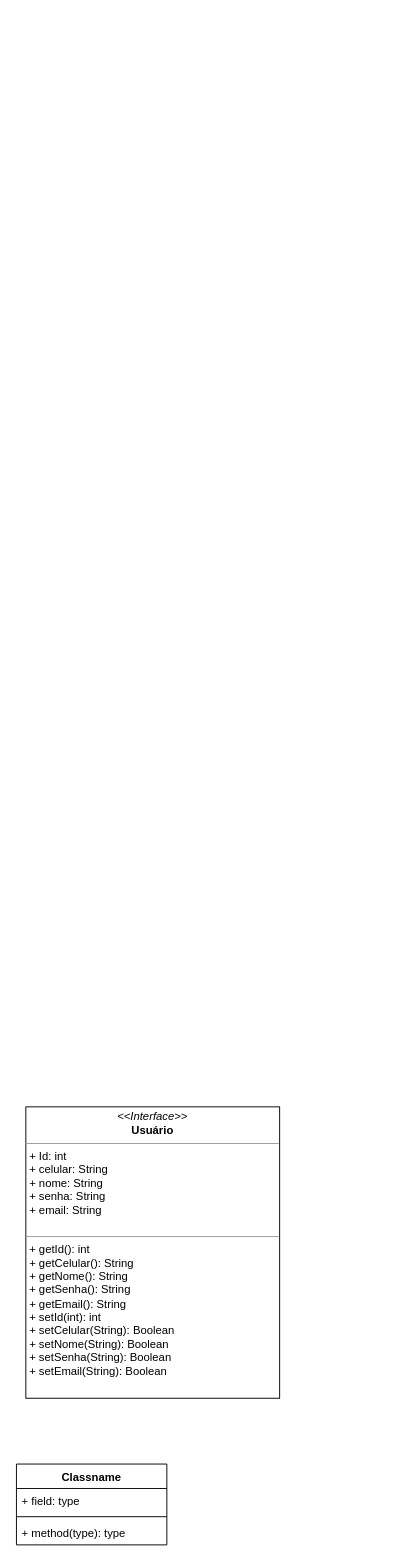
afsb12/LojaDoTioWell2 keeps this draw.io diagram as DiagramaDeClasse.drawio. Above is the earlier version. Source tidied: cells renumbered, new cells numbered last; positions are measured from the earlier drawing's top-left corner, leaving out a move shared by most shapes. Both pictures are drawn from the tidied source at 94%, with x=0, y=0 at pixel (16, 1106).
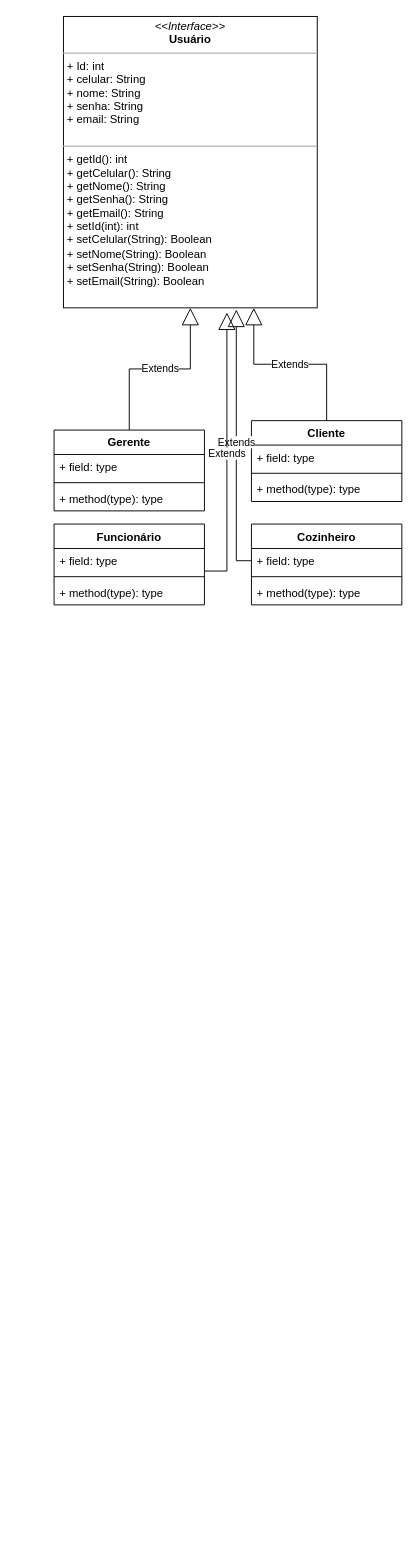
After the change.

The edit, as a diff of the source:
```diff
@@
-    <mxCell id="2" value="Classname" style="swimlane;fontStyle=1;align=center;verticalAlign=top;horizontal=1;startSize=26;" parent="1" vertex="1">
-      <mxGeometry y="380" width="160" height="86" as="geometry" />
+    <mxCell id="2" value="Gerente" style="swimlane;fontStyle=1;align=center;verticalAlign=top;horizontal=1;startSize=26;" parent="1" vertex="1">
+      <mxGeometry x="40" y="-720" width="160" height="86" as="geometry" />
     </mxCell>
@@
     <mxCell id="6" value="&lt;p style=&quot;margin:0px;margin-top:4px;text-align:center;&quot;&gt;&lt;i&gt;&amp;lt;&amp;lt;Interface&amp;gt;&amp;gt;&lt;/i&gt;&lt;br&gt;&lt;b&gt;Usuário&lt;/b&gt;&lt;/p&gt;&lt;hr size=&quot;1&quot;&gt;&lt;p style=&quot;margin:0px;margin-left:4px;&quot;&gt;+ Id: int&lt;br&gt;+ celular: String&lt;/p&gt;&lt;p style=&quot;margin:0px;margin-left:4px;&quot;&gt;+ nome: String&lt;/p&gt;&lt;p style=&quot;margin:0px;margin-left:4px;&quot;&gt;+ senha: String&lt;/p&gt;&lt;p style=&quot;margin:0px;margin-left:4px;&quot;&gt;+ email: String&lt;/p&gt;&lt;p style=&quot;margin:0px;margin-left:4px;&quot;&gt;&lt;br&gt;&lt;/p&gt;&lt;hr size=&quot;1&quot;&gt;&lt;p style=&quot;margin: 0px 0px 0px 4px;&quot;&gt;+ getId(): int&lt;br&gt;+ getCelular(): String&lt;/p&gt;&lt;p style=&quot;margin: 0px 0px 0px 4px;&quot;&gt;+ getNome(): String&lt;/p&gt;&lt;p style=&quot;margin: 0px 0px 0px 4px;&quot;&gt;+ getSenha(): String&lt;/p&gt;&lt;p style=&quot;margin: 0px 0px 0px 4px;&quot;&gt;+ getEmail(): String&lt;/p&gt;&lt;p style=&quot;margin: 0px 0px 0px 4px;&quot;&gt;+ setId(int): int&lt;br&gt;+ setCelular(String): Boolean&lt;/p&gt;&lt;p style=&quot;margin: 0px 0px 0px 4px;&quot;&gt;+ setNome(String): Boolean&lt;/p&gt;&lt;p style=&quot;margin: 0px 0px 0px 4px;&quot;&gt;+ setSenha(String): Boolean&lt;/p&gt;&lt;p style=&quot;margin: 0px 0px 0px 4px;&quot;&gt;+ setEmail(String): Boolean&lt;/p&gt;" style="verticalAlign=top;align=left;overflow=fill;fontSize=12;fontFamily=Helvetica;html=1;" parent="1" vertex="1">
-      <mxGeometry x="10" width="270" height="310" as="geometry" />
+      <mxGeometry x="50" y="-1160" width="270" height="310" as="geometry" />
     </mxCell>
+    <mxCell id="7" value="Cliente&#10;" style="swimlane;fontStyle=1;align=center;verticalAlign=top;horizontal=1;startSize=26;" parent="1" vertex="1">
+      <mxGeometry x="250" y="-730" width="160" height="86" as="geometry" />
+    </mxCell>
+    <mxCell id="8" value="+ field: type" style="text;strokeColor=none;fillColor=none;align=left;verticalAlign=top;spacingLeft=4;spacingRight=4;overflow=hidden;" parent="7" vertex="1">
+      <mxGeometry y="26" width="160" height="26" as="geometry" />
+    </mxCell>
+    <mxCell id="9" style="line;strokeWidth=1;fillColor=none;align=left;verticalAlign=middle;spacingTop=-1;spacingLeft=3;spacingRight=3;labelPosition=right;" parent="7" vertex="1">
+      <mxGeometry y="52" width="160" height="8" as="geometry" />
+    </mxCell>
+    <mxCell id="10" value="+ method(type): type" style="text;strokeColor=none;fillColor=none;align=left;verticalAlign=top;spacingLeft=4;spacingRight=4;overflow=hidden;" parent="7" vertex="1">
+      <mxGeometry y="60" width="160" height="26" as="geometry" />
+    </mxCell>
+    <mxCell id="11" value="Funcionário&#10;" style="swimlane;fontStyle=1;align=center;verticalAlign=top;horizontal=1;startSize=26;" parent="1" vertex="1">
+      <mxGeometry x="40" y="-620" width="160" height="86" as="geometry" />
+    </mxCell>
+    <mxCell id="12" value="+ field: type" style="text;strokeColor=none;fillColor=none;align=left;verticalAlign=top;spacingLeft=4;spacingRight=4;overflow=hidden;points=[[0,0.5],[1,0.5]];portConstraint=eastwest;" parent="11" vertex="1">
+      <mxGeometry y="26" width="160" height="26" as="geometry" />
+    </mxCell>
+    <mxCell id="13" style="line;strokeWidth=1;fillColor=none;align=left;verticalAlign=middle;spacingTop=-1;spacingLeft=3;spacingRight=3;labelPosition=right;" parent="11" vertex="1">
+      <mxGeometry y="52" width="160" height="8" as="geometry" />
+    </mxCell>
+    <mxCell id="14" value="+ method(type): type" style="text;strokeColor=none;fillColor=none;align=left;verticalAlign=top;spacingLeft=4;spacingRight=4;overflow=hidden;" parent="11" vertex="1">
+      <mxGeometry y="60" width="160" height="26" as="geometry" />
+    </mxCell>
+    <mxCell id="15" value="Cozinheiro&#10;" style="swimlane;fontStyle=1;align=center;verticalAlign=top;horizontal=1;startSize=26;" parent="1" vertex="1">
+      <mxGeometry x="250" y="-620" width="160" height="86" as="geometry" />
+    </mxCell>
+    <mxCell id="16" value="+ field: type" style="text;strokeColor=none;fillColor=none;align=left;verticalAlign=top;spacingLeft=4;spacingRight=4;overflow=hidden;points=[[0,0.5],[1,0.5]];portConstraint=eastwest;" parent="15" vertex="1">
+      <mxGeometry y="26" width="160" height="26" as="geometry" />
+    </mxCell>
+    <mxCell id="17" style="line;strokeWidth=1;fillColor=none;align=left;verticalAlign=middle;spacingTop=-1;spacingLeft=3;spacingRight=3;labelPosition=right;" parent="15" vertex="1">
+      <mxGeometry y="52" width="160" height="8" as="geometry" />
+    </mxCell>
+    <mxCell id="18" value="+ method(type): type" style="text;strokeColor=none;fillColor=none;align=left;verticalAlign=top;spacingLeft=4;spacingRight=4;overflow=hidden;" parent="15" vertex="1">
+      <mxGeometry y="60" width="160" height="26" as="geometry" />
+    </mxCell>
+    <mxCell id="19" value="Extends" style="endArrow=block;endSize=16;endFill=0;html=1;rounded=0;exitX=0.5;exitY=0;exitDx=0;exitDy=0;entryX=0.5;entryY=1;entryDx=0;entryDy=0;edgeStyle=orthogonalEdgeStyle;" parent="1" edge="1" source="2" target="6">
+      <mxGeometry relative="1" as="geometry" />
+    </mxCell>
+    <mxCell id="20" value="Extends" style="endArrow=block;endSize=16;endFill=0;html=1;rounded=0;exitX=0.5;exitY=0;exitDx=0;exitDy=0;entryX=0.75;entryY=1;entryDx=0;entryDy=0;edgeStyle=orthogonalEdgeStyle;" parent="1" edge="1" source="7" target="6">
+      <mxGeometry relative="1" as="geometry" />
+    </mxCell>
+    <mxCell id="21" value="Extends" style="endArrow=block;endSize=16;endFill=0;html=1;rounded=0;exitX=0;exitY=0.5;exitDx=0;exitDy=0;entryX=0.681;entryY=1.006;entryDx=0;entryDy=0;edgeStyle=orthogonalEdgeStyle;entryPerimeter=0;" parent="1" edge="1" source="16" target="6">
+      <mxGeometry relative="1" as="geometry" />
+    </mxCell>
+    <mxCell id="22" value="Extends" style="endArrow=block;endSize=16;endFill=0;html=1;rounded=0;exitX=1;exitY=0.923;exitDx=0;exitDy=0;entryX=0.644;entryY=1.016;entryDx=0;entryDy=0;edgeStyle=orthogonalEdgeStyle;entryPerimeter=0;exitPerimeter=0;" parent="1" edge="1" source="12" target="6">
+      <mxGeometry relative="1" as="geometry" />
+    </mxCell>
```
